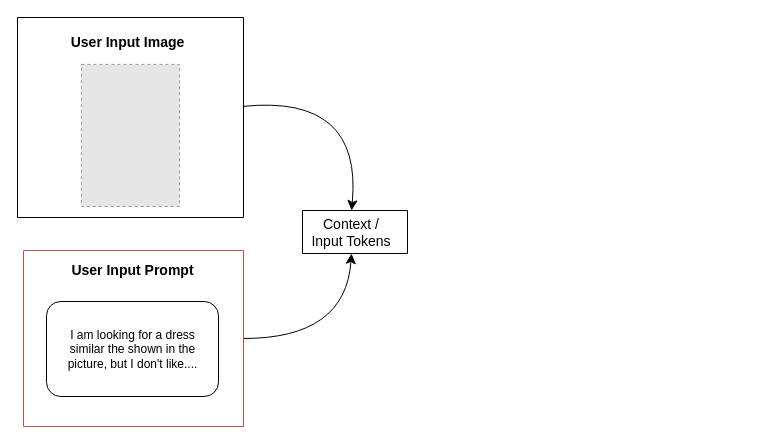
Above: pipeline.drawio in style-genie/style-genie (draw.io), before the change. Source tidied: cells renumbered, new cells numbered last; positions are measured from the earlier drawing's top-left corner, leaving out a move shared by most shapes. Both pictures are drawn from the tidied source at 100%, with x=0, y=0 at pixel (17, 17). Pictures stored in the file or linked from it are replaced by grey dashed boxes.
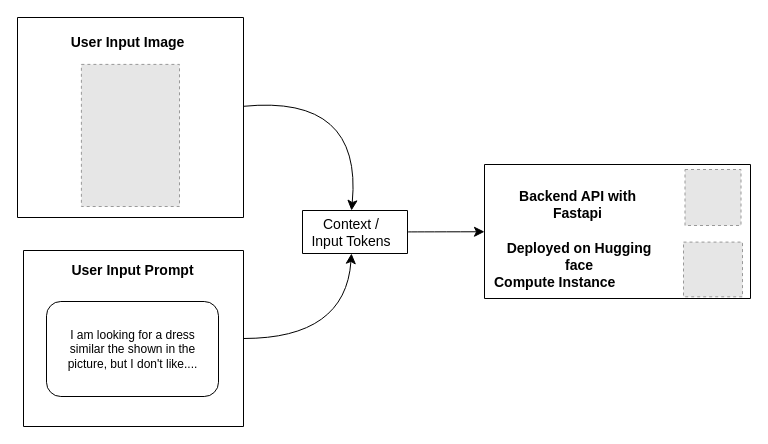
After the change.

Unchanged cells that the change refers to:
```xml
<mxCell id="11" style="swimlane;startSize=0;" parent="1" vertex="1">
  <mxGeometry x="285" y="193" width="105" height="43" as="geometry" />
</mxCell>
```

What changed in the source:
```diff
@@
-    <mxCell id="3" style="swimlane;startSize=0;fillColor=#f8cecc;strokeColor=#b85450;fillStyle=dots;" parent="1" vertex="1">
+    <mxCell id="3" style="swimlane;startSize=0;fillStyle=dots;" parent="1" vertex="1">
       <mxGeometry x="6" y="233" width="220" height="176" as="geometry" />
     </mxCell>
@@
+    <mxCell id="13" style="edgeStyle=none;curved=1;rounded=0;jettySize=auto;html=1;fontSize=12;startSize=8;endSize=8;" parent="1" edge="1" source="11" target="14">
+      <mxGeometry relative="1" as="geometry" />
+    </mxCell>
@@
+    <mxCell id="14" style="swimlane;startSize=0;" parent="1" vertex="1">
+      <mxGeometry x="467" y="147" width="266" height="134" as="geometry" />
+    </mxCell>
+    <mxCell id="15" style="fillColor=#E6E6E6;strokeColor=#999999;dashed=1;verticalLabelPosition=bottom;verticalAlign=top;" parent="14" vertex="1">
+      <mxGeometry x="200.5" y="5" width="56" height="56" as="geometry" />
+    </mxCell>
+    <mxCell id="16" value="Backend API with Fastapi" style="text;html=1;align=center;verticalAlign=middle;whiteSpace=wrap;rounded=0;fontSize=14;fontStyle=1;" parent="14" vertex="1">
+      <mxGeometry x="9" y="9" width="169" height="61.6" as="geometry" />
+    </mxCell>
+    <mxCell id="17" value="&lt;div&gt;Deployed on Hugging face&lt;/div&gt;&lt;div align=&quot;left&quot;&gt;Compute Instance&lt;/div&gt;" style="text;html=1;align=center;verticalAlign=middle;whiteSpace=wrap;rounded=0;fontSize=14;fontStyle=1;" parent="14" vertex="1">
+      <mxGeometry x="9" y="70.6" width="172" height="61.6" as="geometry" />
+    </mxCell>
+    <mxCell id="18" style="fillColor=#E6E6E6;strokeColor=#999999;dashed=1;verticalLabelPosition=bottom;verticalAlign=top;" parent="14" vertex="1">
+      <mxGeometry x="199" y="77.6" width="59" height="54.7" as="geometry" />
+    </mxCell>
```
